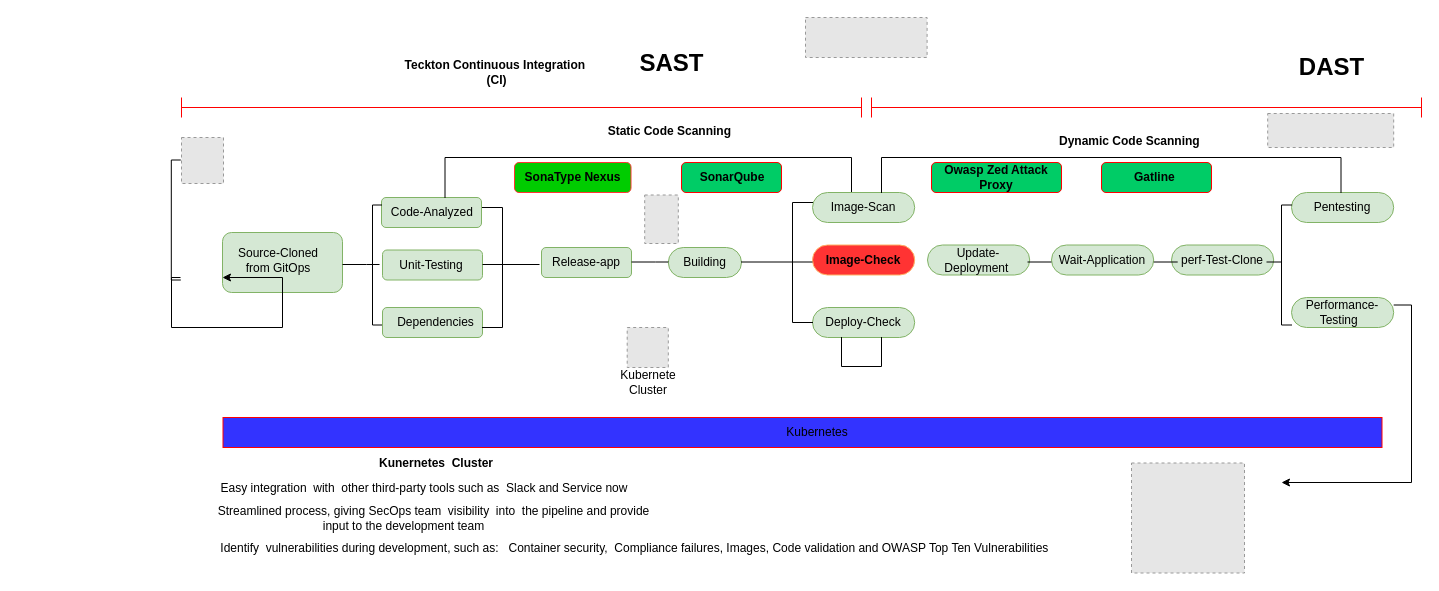
cmukupa/Diagrams keeps this draw.io diagram as Copy of Bank of America.drawio. Above is the earlier version. Source tidied: cells renumbered, new cells numbered last; positions are measured from the earlier drawing's top-left corner, leaving out a move shared by most shapes. Both pictures are drawn from the tidied source at 100%, with x=0, y=0 at pixel (81, 17). Pictures stored in the file or linked from it are replaced by grey dashed boxes.
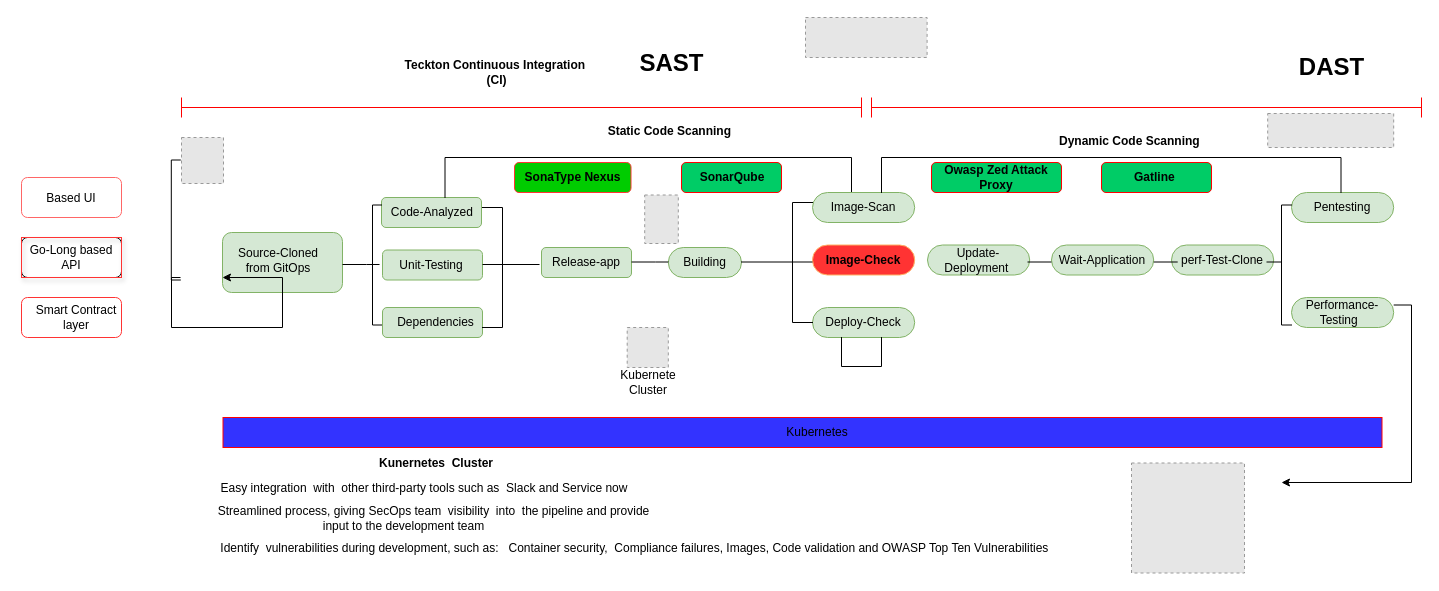
After the change.

What changed in the source:
```diff
@@
+    <mxCell id="62" style="rounded=1;whiteSpace=wrap;html=1;strokeColor=#FF6666;" parent="1" vertex="1">
+      <mxGeometry x="-60" y="160" width="100" height="40" as="geometry" />
+    </mxCell>
+    <mxCell id="63" value="Based UI" style="text;html=1;strokeColor=none;fillColor=none;align=center;verticalAlign=middle;whiteSpace=wrap;rounded=0;" parent="1" vertex="1">
+      <mxGeometry x="-40" y="166" width="60" height="30" as="geometry" />
+    </mxCell>
+    <mxCell id="64" style="rounded=1;whiteSpace=wrap;html=1;" parent="1" vertex="1">
+      <mxGeometry x="-60" y="220" width="100" height="40" as="geometry" />
+    </mxCell>
+    <mxCell id="65" value="Go-Long based API" style="text;html=1;strokeColor=#FF3333;fillColor=none;align=center;verticalAlign=middle;whiteSpace=wrap;rounded=0;shadow=1;" parent="1" vertex="1">
+      <mxGeometry x="-60" y="220" width="100" height="40" as="geometry" />
+    </mxCell>
+    <mxCell id="66" style="rounded=1;whiteSpace=wrap;html=1;strokeColor=#FF3333;" parent="1" vertex="1">
+      <mxGeometry x="-60" y="280" width="100" height="40" as="geometry" />
+    </mxCell>
+    <mxCell id="67" value="Smart Contract layer" style="text;html=1;strokeColor=none;fillColor=none;align=center;verticalAlign=middle;whiteSpace=wrap;rounded=0;" parent="1" vertex="1">
+      <mxGeometry x="-50" y="285" width="90" height="30" as="geometry" />
+    </mxCell>
```
